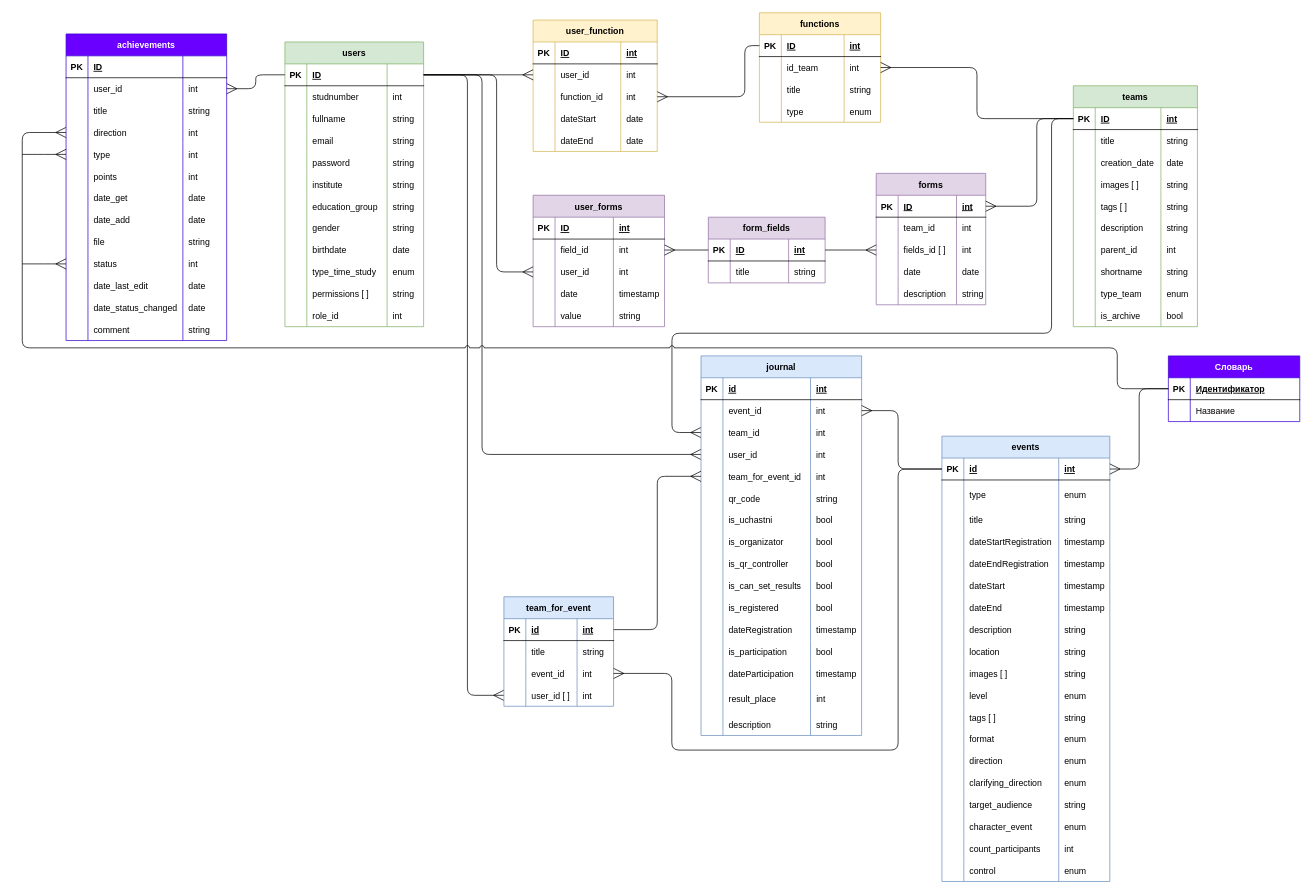
This is page "Физическая" (2 of 4) of Схема БД.drawio from KomogortsevaYulia/Raiting-Teams-Events, a draw.io file, before an edit. Source tidied: cells renumbered, new cells numbered last; positions are measured from the earlier drawing's top-left corner, leaving out a move shared by most shapes. Both pictures are drawn from the tidied source at 73%, with x=0, y=0 at pixel (22, 12).
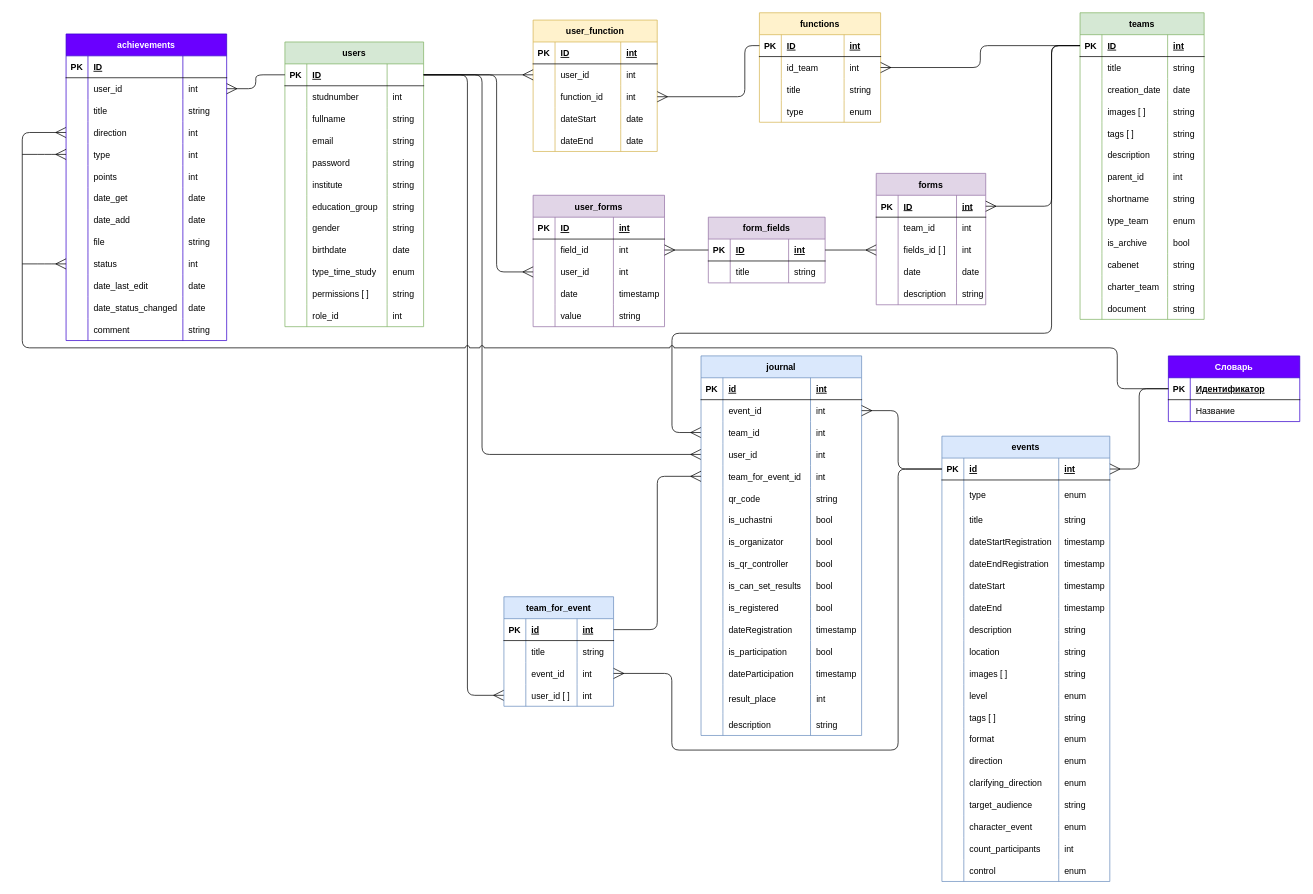
Above is the later version.

Unchanged cells that the change refers to:
```xml
<mxCell id="52" style="shape=tableRow;horizontal=0;startSize=0;swimlaneHead=0;swimlaneBody=0;fillColor=none;points=[[0,0.5],[1,0.5]];portConstraint=eastwest;top=0;left=0;right=0;bottom=1;" parent="51" vertex="1">
  <mxGeometry y="30" width="170" height="30" as="geometry" />
</mxCell>
<mxCell id="88" style="shape=tableRow;horizontal=0;startSize=0;swimlaneHead=0;swimlaneBody=0;fillColor=none;top=0;left=0;right=0;bottom=0;" parent="51" vertex="1">
  <mxGeometry y="300" width="170" height="30" as="geometry" />
</mxCell>
<mxCell id="143" style="shape=tableRow;horizontal=0;startSize=0;swimlaneHead=0;swimlaneBody=0;fillColor=none;points=[[0,0.5],[1,0.5]];portConstraint=eastwest;top=0;left=0;right=0;bottom=1;" parent="142" vertex="1">
  <mxGeometry y="30" width="150" height="30" as="geometry" />
</mxCell>
<mxCell id="277" style="shape=tableRow;horizontal=0;startSize=0;swimlaneHead=0;swimlaneBody=0;fillColor=none;points=[[0,0.5],[1,0.5]];portConstraint=eastwest;top=0;left=0;right=0;bottom=0;" parent="268" vertex="1">
  <mxGeometry y="90" width="220" height="30" as="geometry" />
</mxCell>
```

What changed in the source:
```diff
@@
     <mxCell id="51" value="teams" style="shape=table;startSize=30;childLayout=tableLayout;rowLines=0;fontStyle=1;align=center;fillColor=#d5e8d4;strokeColor=#82b366;" parent="1" vertex="1">
-      <mxGeometry x="1439.8" y="100" width="170" height="330" as="geometry" />
+      <mxGeometry x="1449" width="170" height="420" as="geometry" />
     </mxCell>
@@
-    <mxCell id="90" value="is_archive" style="shape=partialRectangle;fillColor=none;top=0;left=0;bottom=0;right=0;align=left;spacingLeft=6;overflow=hidden;" parent="88" vertex="1">
+    <mxCell id="90" value="is_archive" style="shape=partialRectangle;top=0;left=0;bottom=0;right=0;align=left;spacingLeft=6;overflow=hidden;fillColor=none;" parent="88" vertex="1">
       <mxGeometry x="30" width="90" height="30" as="geometry" />
     </mxCell>
@@
+    <mxCell id="418" style="shape=tableRow;horizontal=0;startSize=0;swimlaneHead=0;swimlaneBody=0;fillColor=none;top=0;left=0;right=0;bottom=0;" parent="51" vertex="1">
+      <mxGeometry y="330" width="170" height="30" as="geometry" />
+    </mxCell>
+    <mxCell id="419" style="shape=partialRectangle;fillColor=none;top=0;left=0;bottom=0;right=0;overflow=hidden;" parent="418" vertex="1">
+      <mxGeometry width="30" height="30" as="geometry" />
+    </mxCell>
+    <mxCell id="420" value="cabenet" style="shape=partialRectangle;top=0;left=0;bottom=0;right=0;align=left;spacingLeft=6;overflow=hidden;fillColor=none;" parent="418" vertex="1">
+      <mxGeometry x="30" width="90" height="30" as="geometry" />
+    </mxCell>
+    <mxCell id="421" value="string" style="shape=partialRectangle;fillColor=none;top=0;left=0;bottom=0;right=0;align=left;spacingLeft=6;overflow=hidden;" parent="418" vertex="1">
+      <mxGeometry x="120" width="50" height="30" as="geometry" />
+    </mxCell>
+    <mxCell id="422" style="shape=tableRow;horizontal=0;startSize=0;swimlaneHead=0;swimlaneBody=0;fillColor=none;top=0;left=0;right=0;bottom=0;" parent="51" vertex="1">
+      <mxGeometry y="360" width="170" height="30" as="geometry" />
+    </mxCell>
+    <mxCell id="423" style="shape=partialRectangle;fillColor=none;top=0;left=0;bottom=0;right=0;overflow=hidden;" parent="422" vertex="1">
+      <mxGeometry width="30" height="30" as="geometry" />
+    </mxCell>
+    <mxCell id="424" value="charter_team" style="shape=partialRectangle;top=0;left=0;bottom=0;right=0;align=left;spacingLeft=6;overflow=hidden;fillColor=none;" parent="422" vertex="1">
+      <mxGeometry x="30" width="90" height="30" as="geometry" />
+    </mxCell>
+    <mxCell id="425" value="string" style="shape=partialRectangle;fillColor=none;top=0;left=0;bottom=0;right=0;align=left;spacingLeft=6;overflow=hidden;" parent="422" vertex="1">
+      <mxGeometry x="120" width="50" height="30" as="geometry" />
+    </mxCell>
+    <mxCell id="426" style="shape=tableRow;horizontal=0;startSize=0;swimlaneHead=0;swimlaneBody=0;fillColor=none;top=0;left=0;right=0;bottom=0;" parent="51" vertex="1">
+      <mxGeometry y="390" width="170" height="30" as="geometry" />
+    </mxCell>
+    <mxCell id="427" style="shape=partialRectangle;fillColor=none;top=0;left=0;bottom=0;right=0;overflow=hidden;" parent="426" vertex="1">
+      <mxGeometry width="30" height="30" as="geometry" />
+    </mxCell>
+    <mxCell id="428" value="document" style="shape=partialRectangle;top=0;left=0;bottom=0;right=0;align=left;spacingLeft=6;overflow=hidden;fillColor=none;" parent="426" vertex="1">
+      <mxGeometry x="30" width="90" height="30" as="geometry" />
+    </mxCell>
+    <mxCell id="429" value="string" style="shape=partialRectangle;fillColor=none;top=0;left=0;bottom=0;right=0;align=left;spacingLeft=6;overflow=hidden;" parent="426" vertex="1">
+      <mxGeometry x="120" width="50" height="30" as="geometry" />
+    </mxCell>
@@
-    <mxCell id="185" style="edgeStyle=orthogonalEdgeStyle;html=1;entryX=1;entryY=0.5;entryDx=0;entryDy=0;strokeWidth=1;startArrow=none;startFill=0;endArrow=ERmany;endFill=0;startSize=12;endSize=12;" parent="1" edge="1" source="52" target="143">
+    <mxCell id="185" style="edgeStyle=orthogonalEdgeStyle;html=1;entryX=1;entryY=0.5;entryDx=0;entryDy=0;strokeWidth=1;startArrow=none;startFill=0;endArrow=ERmany;endFill=0;startSize=12;endSize=12;exitX=0;exitY=0.5;exitDx=0;exitDy=0;" parent="1" edge="1" source="52" target="143">
       <mxGeometry relative="1" as="geometry">
         <Array as="points">
-          <mxPoint x="1389.8" y="145" />
-          <mxPoint x="1389.8" y="265" />
+          <mxPoint x="1410" y="45" />
+          <mxPoint x="1410" y="265" />
         </Array>
       </mxGeometry>
     </mxCell>
@@
-    <mxCell id="190" style="edgeStyle=orthogonalEdgeStyle;html=1;entryX=0;entryY=0.5;entryDx=0;entryDy=0;strokeWidth=1;startArrow=none;startFill=0;endArrow=ERmany;endFill=0;startSize=12;endSize=12;jumpStyle=arc;" parent="1" edge="1" source="52" target="277">
+    <mxCell id="190" style="edgeStyle=orthogonalEdgeStyle;html=1;entryX=0;entryY=0.5;entryDx=0;entryDy=0;strokeWidth=1;startArrow=none;startFill=0;endArrow=ERmany;endFill=0;startSize=12;endSize=12;jumpStyle=arc;exitX=0;exitY=0.5;exitDx=0;exitDy=0;" parent="1" edge="1" source="52" target="277">
       <mxGeometry relative="1" as="geometry">
         <Array as="points">
-          <mxPoint x="1410" y="145" />
+          <mxPoint x="1410" y="45" />
           <mxPoint x="1410" y="439" />
           <mxPoint x="890" y="439" />
           <mxPoint x="890" y="575" />
         </Array>
       </mxGeometry>
     </mxCell>
```
